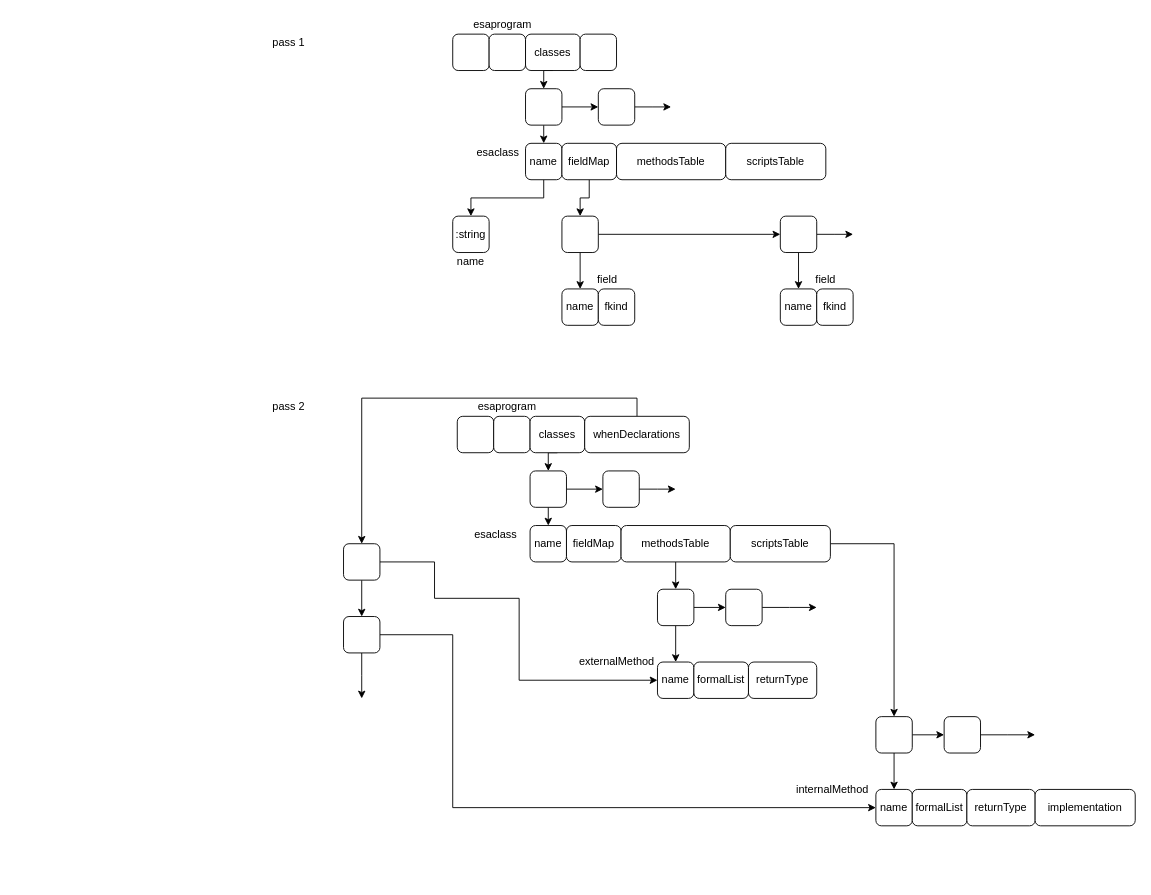
This is build_process/esa-transpiler/exprtypes.drawio from bmfbp/bmfbp, a draw.io file, before an edit. Source tidied: cells renumbered, new cells numbered last; positions are measured from the earlier drawing's top-left corner, leaving out a move shared by most shapes. Both pictures are drawn from the tidied source at 91%, with x=0, y=0 at pixel (270, 15).
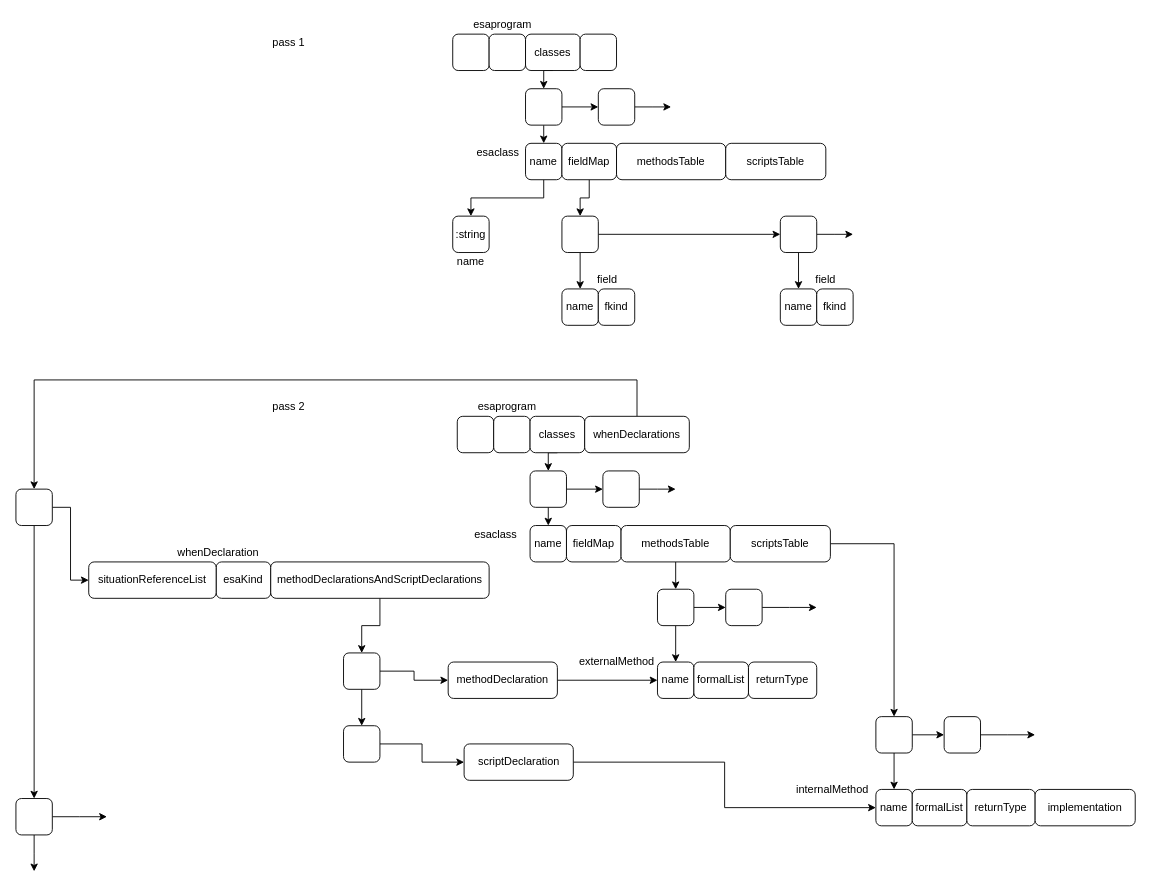
Above is the later version.

Unchanged cells that the change refers to:
```xml
<mxCell id="40" value="whenDeclarations" style="rounded=1;whiteSpace=wrap;html=1;" parent="1" vertex="1">
  <mxGeometry x="345" y="440" width="115" height="40" as="geometry" />
</mxCell>
<mxCell id="55" value="name" style="rounded=1;whiteSpace=wrap;html=1;" parent="1" vertex="1">
  <mxGeometry x="425" y="710" width="40" height="40" as="geometry" />
</mxCell>
<mxCell id="64" value="name" style="rounded=1;whiteSpace=wrap;html=1;" parent="1" vertex="1">
  <mxGeometry x="665" y="850" width="40" height="40" as="geometry" />
</mxCell>
```

What changed in the source:
```diff
@@
     <mxCell id="39" style="edgeStyle=orthogonalEdgeStyle;rounded=0;jettySize=auto;html=1;exitX=0.5;exitY=0;exitDx=0;exitDy=0;entryX=0.5;entryY=0;entryDx=0;entryDy=0;" parent="1" edge="1" source="40" target="76">
-      <mxGeometry relative="1" as="geometry" />
+      <mxGeometry relative="1" as="geometry">
+        <Array as="points">
+          <mxPoint x="403" y="400" />
+          <mxPoint x="-260" y="400" />
+        </Array>
+      </mxGeometry>
     </mxCell>
@@
-    <mxCell id="74" style="edgeStyle=orthogonalEdgeStyle;rounded=0;jettySize=auto;html=1;exitX=0.5;exitY=1;exitDx=0;exitDy=0;entryX=0.5;entryY=0;entryDx=0;entryDy=0;" parent="1" edge="1" source="76" target="79">
-      <mxGeometry relative="1" as="geometry" />
-    </mxCell>
-    <mxCell id="75" style="edgeStyle=orthogonalEdgeStyle;rounded=0;jettySize=auto;html=1;exitX=1;exitY=0.5;exitDx=0;exitDy=0;entryX=0;entryY=0.5;entryDx=0;entryDy=0;" parent="1" edge="1" source="76" target="55">
-      <mxGeometry relative="1" as="geometry">
-        <Array as="points">
-          <mxPoint x="180" y="600" />
-          <mxPoint x="180" y="640" />
-          <mxPoint x="273" y="640" />
-          <mxPoint x="273" y="730" />
-        </Array>
-      </mxGeometry>
-    </mxCell>
+    <mxCell id="80" style="edgeStyle=orthogonalEdgeStyle;rounded=0;jettySize=auto;html=1;exitX=0.5;exitY=1;exitDx=0;exitDy=0;entryX=0.5;entryY=0;entryDx=0;entryDy=0;" parent="1" edge="1" source="76" target="97">
+      <mxGeometry relative="1" as="geometry" />
+    </mxCell>
+    <mxCell id="81" style="edgeStyle=orthogonalEdgeStyle;rounded=0;jettySize=auto;html=1;exitX=1;exitY=0.5;exitDx=0;exitDy=0;entryX=0;entryY=0.5;entryDx=0;entryDy=0;" parent="1" edge="1" source="76" target="90">
+      <mxGeometry relative="1" as="geometry" />
+    </mxCell>
     <mxCell id="76" style="rounded=1;whiteSpace=wrap;html=1;" parent="1" vertex="1">
-      <mxGeometry x="80" y="580" width="40" height="40" as="geometry" />
+      <mxGeometry x="-280" y="520" width="40" height="40" as="geometry" />
     </mxCell>
-    <mxCell id="77" style="edgeStyle=orthogonalEdgeStyle;rounded=0;jettySize=auto;html=1;exitX=0.5;exitY=1;exitDx=0;exitDy=0;" parent="1" edge="1" source="79">
-      <mxGeometry relative="1" as="geometry">
-        <mxPoint x="100" y="750" as="targetPoint" />
-      </mxGeometry>
-    </mxCell>
-    <mxCell id="78" style="edgeStyle=orthogonalEdgeStyle;rounded=0;jettySize=auto;html=1;exitX=1;exitY=0.5;exitDx=0;exitDy=0;entryX=0;entryY=0.5;entryDx=0;entryDy=0;" parent="1" edge="1" source="79" target="64">
-      <mxGeometry relative="1" as="geometry">
-        <Array as="points">
-          <mxPoint x="200" y="680" />
-          <mxPoint x="200" y="870" />
-        </Array>
-      </mxGeometry>
-    </mxCell>
+    <mxCell id="82" style="edgeStyle=orthogonalEdgeStyle;rounded=0;jettySize=auto;html=1;exitX=1;exitY=0.5;exitDx=0;exitDy=0;" parent="1" edge="1" source="79" target="85">
+      <mxGeometry relative="1" as="geometry" />
+    </mxCell>
+    <mxCell id="83" style="edgeStyle=orthogonalEdgeStyle;rounded=0;jettySize=auto;html=1;exitX=0.5;exitY=1;exitDx=0;exitDy=0;entryX=0.5;entryY=0;entryDx=0;entryDy=0;" parent="1" edge="1" source="79" target="94">
+      <mxGeometry relative="1" as="geometry" />
+    </mxCell>
     <mxCell id="79" style="rounded=1;whiteSpace=wrap;html=1;" parent="1" vertex="1">
-      <mxGeometry x="80" y="660" width="40" height="40" as="geometry" />
+      <mxGeometry x="80" y="700" width="40" height="40" as="geometry" />
     </mxCell>
+    <mxCell id="84" style="edgeStyle=orthogonalEdgeStyle;rounded=0;jettySize=auto;html=1;exitX=1;exitY=0.5;exitDx=0;exitDy=0;entryX=0;entryY=0.5;entryDx=0;entryDy=0;" parent="1" edge="1" source="85" target="55">
+      <mxGeometry relative="1" as="geometry">
+        <Array as="points">
+          <mxPoint x="320" y="730" />
+          <mxPoint x="320" y="730" />
+        </Array>
+      </mxGeometry>
+    </mxCell>
+    <mxCell id="85" value="methodDeclaration" style="rounded=1;whiteSpace=wrap;html=1;" parent="1" vertex="1">
+      <mxGeometry x="195" y="710" width="120" height="40" as="geometry" />
+    </mxCell>
+    <mxCell id="86" style="edgeStyle=orthogonalEdgeStyle;rounded=0;jettySize=auto;html=1;exitX=1;exitY=0.5;exitDx=0;exitDy=0;entryX=0;entryY=0.5;entryDx=0;entryDy=0;" parent="1" edge="1" source="87" target="64">
+      <mxGeometry relative="1" as="geometry" />
+    </mxCell>
+    <mxCell id="87" value="scriptDeclaration" style="rounded=1;whiteSpace=wrap;html=1;" parent="1" vertex="1">
+      <mxGeometry x="212.5" y="800" width="120" height="40" as="geometry" />
+    </mxCell>
+    <mxCell id="88" value="whenDeclaration" style="text;html=1;strokeColor=none;fillColor=none;align=center;verticalAlign=middle;whiteSpace=wrap;rounded=0;" parent="1" vertex="1">
+      <mxGeometry x="-110" y="580" width="105" height="20" as="geometry" />
+    </mxCell>
+    <mxCell id="89" value="esaKind" style="rounded=1;whiteSpace=wrap;html=1;" parent="1" vertex="1">
+      <mxGeometry x="-60" y="600" width="60" height="40" as="geometry" />
+    </mxCell>
+    <mxCell id="90" value="situationReferenceList" style="rounded=1;whiteSpace=wrap;html=1;" parent="1" vertex="1">
+      <mxGeometry x="-200" y="600" width="140" height="40" as="geometry" />
+    </mxCell>
+    <mxCell id="91" style="edgeStyle=orthogonalEdgeStyle;rounded=0;jettySize=auto;html=1;exitX=0.5;exitY=1;exitDx=0;exitDy=0;" parent="1" edge="1" source="92" target="79">
+      <mxGeometry relative="1" as="geometry" />
+    </mxCell>
+    <mxCell id="92" value="methodDeclarationsAndScriptDeclarations" style="rounded=1;whiteSpace=wrap;html=1;" parent="1" vertex="1">
+      <mxGeometry y="600" width="240" height="40" as="geometry" />
+    </mxCell>
+    <mxCell id="93" style="edgeStyle=orthogonalEdgeStyle;rounded=0;jettySize=auto;html=1;exitX=1;exitY=0.5;exitDx=0;exitDy=0;entryX=0;entryY=0.5;entryDx=0;entryDy=0;" parent="1" edge="1" source="94" target="87">
+      <mxGeometry relative="1" as="geometry" />
+    </mxCell>
+    <mxCell id="94" style="rounded=1;whiteSpace=wrap;html=1;" parent="1" vertex="1">
+      <mxGeometry x="80" y="780" width="40" height="40" as="geometry" />
+    </mxCell>
+    <mxCell id="95" style="edgeStyle=orthogonalEdgeStyle;rounded=0;jettySize=auto;html=1;exitX=0.5;exitY=1;exitDx=0;exitDy=0;" parent="1" edge="1" source="97">
+      <mxGeometry relative="1" as="geometry">
+        <mxPoint x="-260" y="940" as="targetPoint" />
+      </mxGeometry>
+    </mxCell>
+    <mxCell id="96" style="edgeStyle=orthogonalEdgeStyle;rounded=0;jettySize=auto;html=1;exitX=1;exitY=0.5;exitDx=0;exitDy=0;" parent="1" edge="1" source="97">
+      <mxGeometry relative="1" as="geometry">
+        <mxPoint x="-180" y="880" as="targetPoint" />
+      </mxGeometry>
+    </mxCell>
+    <mxCell id="97" style="rounded=1;whiteSpace=wrap;html=1;" parent="1" vertex="1">
+      <mxGeometry x="-280" y="860" width="40" height="40" as="geometry" />
+    </mxCell>
```
